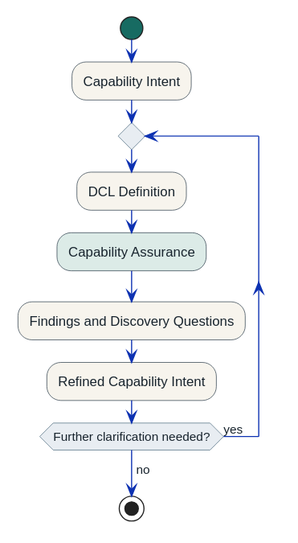
Above: site/public/diagrams/episode-0015-capability-assurance-refinement.svg in russelleast/articulate (PlantUML), before the change. Its diagram source:
```plantuml
@startuml
skinparam backgroundColor transparent
skinparam shadowing false
skinparam defaultFontName Arial
skinparam defaultFontColor #17232D
skinparam activity {
  BackgroundColor #F7F4ED
  BorderColor #263746
  FontColor #17232D
  DiamondBackgroundColor #E8EDF2
  DiamondBorderColor #49677C
  StartColor #176B62
  EndColor #176B62
}
skinparam ArrowColor #0D32B2

start
:Capability Intent;
repeat
  :DCL Definition;
  :Capability Assurance; <<#DCEBE7>>
  :Findings and Discovery Questions;
  :Refined Capability Intent;
repeat while (Further clarification needed?) is (yes)
->no;
stop
@enduml
```
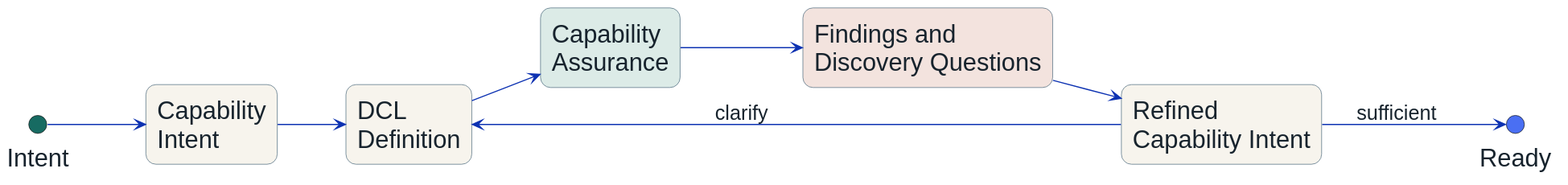
Later version of the same file.

Diff of the diagram source:
```diff
@@ -2,26 +2,31 @@
 skinparam backgroundColor transparent
 skinparam shadowing false
 skinparam defaultFontName Arial
+skinparam defaultFontSize 22
 skinparam defaultFontColor #17232D
-skinparam activity {
+skinparam rectangle {
   BackgroundColor #F7F4ED
-  BorderColor #263746
+  BorderColor #49677C
   FontColor #17232D
-  DiamondBackgroundColor #E8EDF2
-  DiamondBorderColor #49677C
-  StartColor #176B62
-  EndColor #176B62
+  RoundCorner 18
 }
 skinparam ArrowColor #0D32B2
+skinparam ArrowFontSize 18
+left to right direction
 
-start
-:Capability Intent;
-repeat
-  :DCL Definition;
-  :Capability Assurance; <<#DCEBE7>>
-  :Findings and Discovery Questions;
-  :Refined Capability Intent;
-repeat while (Further clarification needed?) is (yes)
-->no;
-stop
+circle "Intent" as start #176B62
+rectangle "Capability\nIntent" as intent
+rectangle "DCL\nDefinition" as dcl
+rectangle "Capability\nAssurance" as assurance #DCEBE7
+rectangle "Findings and\nDiscovery Questions" as findings #F3E3DE
+rectangle "Refined\nCapability Intent" as refined
+circle "Ready" as ready #4A6FF3
+
+start --> intent
+intent --> dcl
+dcl --> assurance
+assurance --> findings
+findings --> refined
+refined --> ready : sufficient
+refined -up-> dcl : clarify
 @enduml
```
